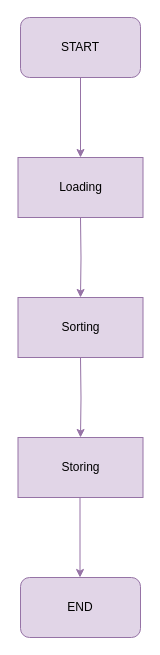
Earlier version of the draw.io diagram Process Flow.drawio (dbarif/Diagrams.netd_b). Source tidied: cells renumbered, new cells numbered last; positions are measured from the earlier drawing's top-left corner, leaving out a move shared by most shapes. Both pictures are drawn from the tidied source at 100%, with x=0, y=0 at pixel (18, 17).
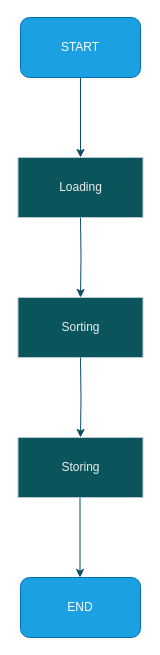
The same diagram, later.

Change to the diagram source:
```diff
@@
 <mxGraphModel>
   <root>
     <mxCell id="0" />
     <mxCell id="1" parent="0" />
-    <mxCell id="2" value="Loading" style="rounded=0;whiteSpace=wrap;html=1;fillColor=#e1d5e7;strokeColor=#9673a6;" parent="1" vertex="1">
+    <mxCell id="2" value="Loading" style="rounded=0;whiteSpace=wrap;html=1;fillColor=#09555B;strokeColor=#BAC8D3;labelBackgroundColor=none;fontColor=#EEEEEE;" parent="1" vertex="1">
       <mxGeometry x="-0.5" y="140" width="125" height="60" as="geometry" />
     </mxCell>
-    <mxCell id="3" style="edgeStyle=orthogonalEdgeStyle;rounded=0;jettySize=auto;html=1;fillColor=#e1d5e7;strokeColor=#9673a6;" parent="1" edge="1" source="4" target="2">
+    <mxCell id="3" style="edgeStyle=orthogonalEdgeStyle;rounded=0;jettySize=auto;html=1;strokeColor=#0B4D6A;labelBackgroundColor=none;fontColor=default;" parent="1" edge="1" source="4" target="2">
       <mxGeometry relative="1" as="geometry" />
     </mxCell>
-    <mxCell id="4" value="START" style="rounded=1;whiteSpace=wrap;html=1;fillColor=#e1d5e7;strokeColor=#9673a6;" parent="1" vertex="1">
+    <mxCell id="4" value="START" style="rounded=1;whiteSpace=wrap;html=1;fillColor=#1ba1e2;strokeColor=#006EAF;labelBackgroundColor=none;fontColor=#ffffff;" parent="1" vertex="1">
       <mxGeometry x="2" width="120" height="60" as="geometry" />
     </mxCell>
-    <mxCell id="5" value="Sorting" style="rounded=0;whiteSpace=wrap;html=1;fillColor=#e1d5e7;strokeColor=#9673a6;" parent="1" vertex="1">
+    <mxCell id="5" value="Sorting" style="rounded=0;whiteSpace=wrap;html=1;fillColor=#09555B;strokeColor=#BAC8D3;labelBackgroundColor=none;fontColor=#EEEEEE;" parent="1" vertex="1">
       <mxGeometry x="-0.5" y="280" width="125" height="60" as="geometry" />
     </mxCell>
-    <mxCell id="6" style="edgeStyle=orthogonalEdgeStyle;rounded=0;jettySize=auto;html=1;fillColor=#e1d5e7;strokeColor=#9673a6;" parent="1" edge="1" target="5">
+    <mxCell id="6" style="edgeStyle=orthogonalEdgeStyle;rounded=0;jettySize=auto;html=1;strokeColor=#0B4D6A;labelBackgroundColor=none;fontColor=default;" parent="1" edge="1" target="5">
       <mxGeometry relative="1" as="geometry">
         <mxPoint x="62" y="200" as="sourcePoint" />
       </mxGeometry>
     </mxCell>
-    <mxCell id="7" value="Storing" style="rounded=0;whiteSpace=wrap;html=1;fillColor=#e1d5e7;strokeColor=#9673a6;" parent="1" vertex="1">
+    <mxCell id="7" value="Storing" style="rounded=0;whiteSpace=wrap;html=1;fillColor=#09555B;strokeColor=#BAC8D3;labelBackgroundColor=none;fontColor=#EEEEEE;" parent="1" vertex="1">
       <mxGeometry x="-0.5" y="420" width="125" height="60" as="geometry" />
     </mxCell>
-    <mxCell id="8" style="edgeStyle=orthogonalEdgeStyle;rounded=0;jettySize=auto;html=1;fillColor=#e1d5e7;strokeColor=#9673a6;" parent="1" edge="1" target="7">
+    <mxCell id="8" style="edgeStyle=orthogonalEdgeStyle;rounded=0;jettySize=auto;html=1;strokeColor=#0B4D6A;labelBackgroundColor=none;fontColor=default;" parent="1" edge="1" target="7">
       <mxGeometry relative="1" as="geometry">
         <mxPoint x="62" y="340" as="sourcePoint" />
       </mxGeometry>
     </mxCell>
-    <mxCell id="9" value="END" style="rounded=1;whiteSpace=wrap;html=1;fillColor=#e1d5e7;strokeColor=#9673a6;" parent="1" vertex="1">
+    <mxCell id="9" value="END" style="rounded=1;whiteSpace=wrap;html=1;fillColor=#1ba1e2;strokeColor=#006EAF;labelBackgroundColor=none;fontColor=#ffffff;" parent="1" vertex="1">
       <mxGeometry x="2" y="560" width="120" height="60" as="geometry" />
     </mxCell>
-    <mxCell id="10" style="edgeStyle=orthogonalEdgeStyle;rounded=0;orthogonalLoop=1;jettySize=auto;html=1;fillColor=#e1d5e7;strokeColor=#9673a6;" parent="1" edge="1">
+    <mxCell id="10" style="edgeStyle=orthogonalEdgeStyle;rounded=0;orthogonalLoop=1;jettySize=auto;html=1;strokeColor=#0B4D6A;labelBackgroundColor=none;fontColor=default;" parent="1" edge="1">
       <mxGeometry relative="1" as="geometry">
         <mxPoint x="61.5" y="480" as="sourcePoint" />
         <mxPoint x="61.5" y="560" as="targetPoint" />
       </mxGeometry>
     </mxCell>
   </root>
 </mxGraphModel>
```
